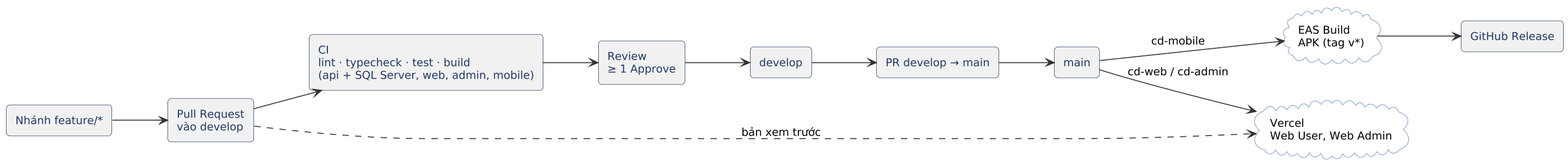
Before: docs/diagrams/cicd.png, a diagram exported from PlantUML (quangdieuluong2006-ctrl/CNPM_DinhDocLap). Source of this version:
```plantuml
@startuml
!include skin.iuml
left to right direction
rectangle "Nhánh feature/*" as F
rectangle "Pull Request\nvào develop" as PR
rectangle "CI\nlint · typecheck · test · build\n(api + SQL Server, web, admin, mobile)" as CI
rectangle "Review\n≥ 1 Approve" as RV
rectangle "develop" as DV
rectangle "PR develop → main" as PM
rectangle "main" as MN
cloud "Vercel\nWeb User, Web Admin" as VC
cloud "EAS Build\nAPK (tag v*)" as EAS
rectangle "GitHub Release" as GR
F --> PR
PR --> CI
CI --> RV
RV --> DV
DV --> PM
PM --> MN
MN --> VC : cd-web / cd-admin
MN --> EAS : cd-mobile
EAS --> GR
PR ..> VC : bản xem trước
@enduml
```
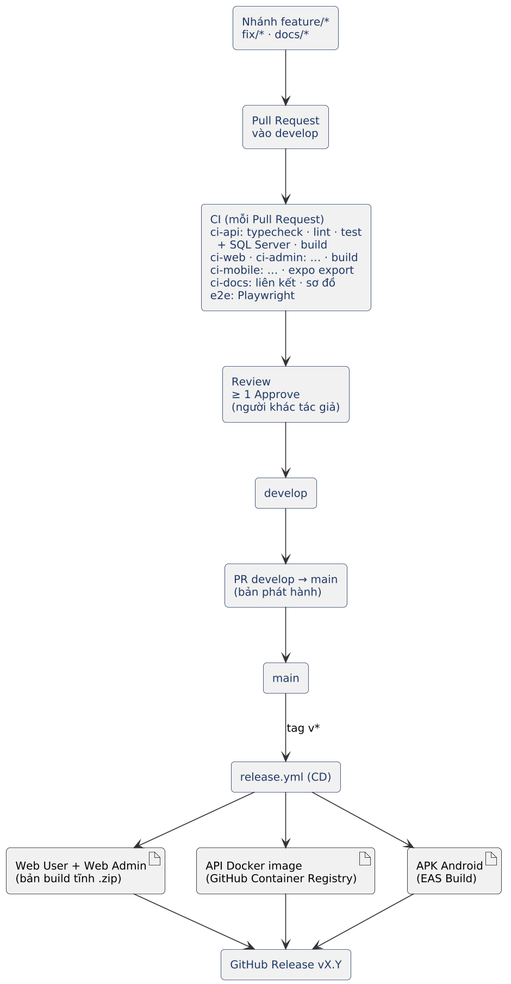
After the change.

Diff of the diagram source:
```diff
@@ -1,24 +1,28 @@
 @startuml
 !include skin.iuml
-left to right direction
-rectangle "Nhánh feature/*" as F
+rectangle "Nhánh feature/*\nfix/* · docs/*" as F
 rectangle "Pull Request\nvào develop" as PR
-rectangle "CI\nlint · typecheck · test · build\n(api + SQL Server, web, admin, mobile)" as CI
-rectangle "Review\n≥ 1 Approve" as RV
+rectangle "CI (mỗi Pull Request)\nci-api: typecheck · lint · test\n  + SQL Server · build\nci-web · ci-admin: … · build\nci-mobile: … · expo export\nci-docs: liên kết · sơ đồ\ne2e: Playwright" as CI
+rectangle "Review\n≥ 1 Approve\n(người khác tác giả)" as RV
 rectangle "develop" as DV
-rectangle "PR develop → main" as PM
+rectangle "PR develop → main\n(bản phát hành)" as PM
 rectangle "main" as MN
-cloud "Vercel\nWeb User, Web Admin" as VC
-cloud "EAS Build\nAPK (tag v*)" as EAS
-rectangle "GitHub Release" as GR
+rectangle "release.yml (CD)" as RL
+artifact "Web User + Web Admin\n(bản build tĩnh .zip)" as WB
+artifact "API Docker image\n(GitHub Container Registry)" as IMG
+artifact "APK Android\n(EAS Build)" as APK
+rectangle "GitHub Release vX.Y" as GR
 F --> PR
 PR --> CI
 CI --> RV
 RV --> DV
 DV --> PM
 PM --> MN
-MN --> VC : cd-web / cd-admin
-MN --> EAS : cd-mobile
-EAS --> GR
-PR ..> VC : bản xem trước
+MN --> RL : tag v*
+RL --> WB
+RL --> IMG
+RL --> APK
+WB --> GR
+IMG --> GR
+APK --> GR
 @enduml
```
